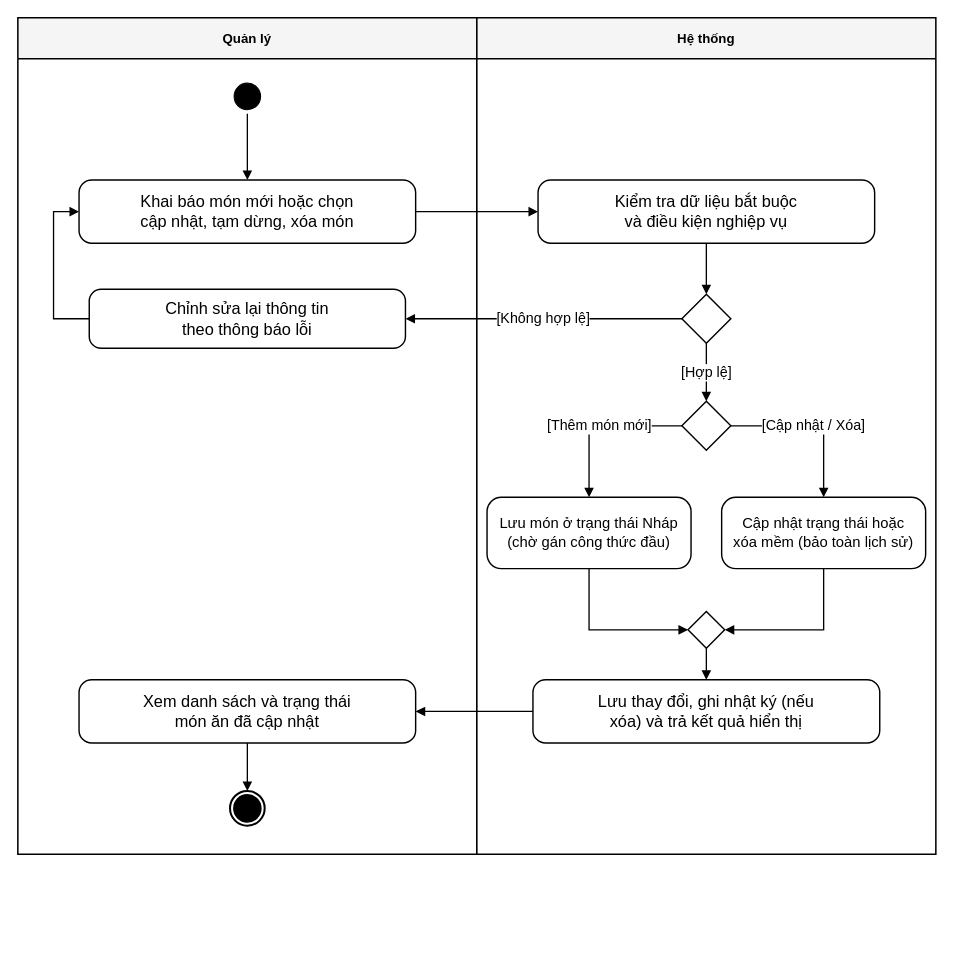
nminhzzz/restaurant-management-ai keeps this draw.io diagram as page "QT-01 — Quản lý món ăn" (1 of 23) of docs/So_do/Quy_trinh_nghiep_vu_HeThongQuanLyNhaHang.drawio. Above is the earlier version. Source tidied: cells renumbered, new cells numbered last; positions are measured from the earlier drawing's top-left corner, leaving out a move shared by most shapes. Both pictures are drawn from the tidied source at 102%, with x=0, y=0 at pixel (17, 17).
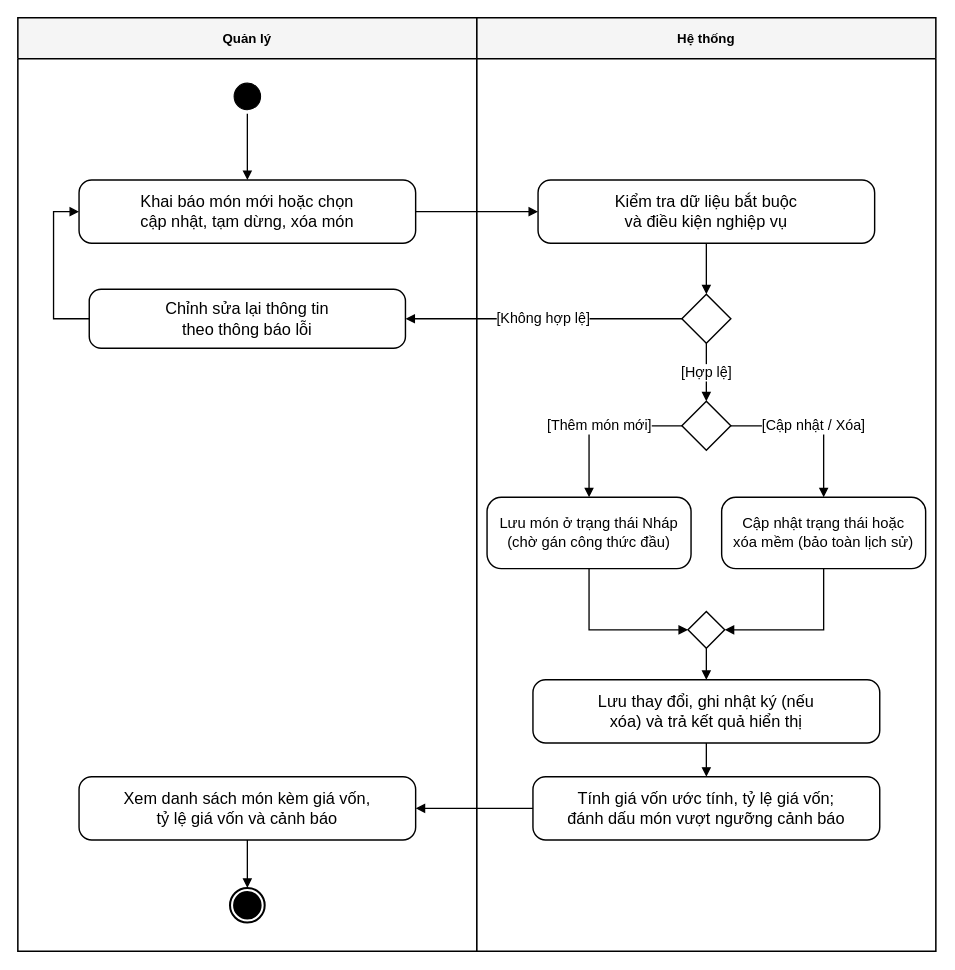
The same page after the edit.

The change refers to these unchanged cells:
```xml
<mxCell id="13" value="Lưu thay đổi, ghi nhật ký (nếu&#10;xóa) và trả kết quả hiển thị" style="rounded=1;whiteSpace=wrap;html=1;arcSize=20;fillColor=#ffffff;strokeColor=#000000;strokeWidth=1.4;fontSize=16;fontColor=#000000;spacing=6;" parent="1" vertex="1">
  <mxGeometry x="505" y="649" width="340" height="62" as="geometry" />
</mxCell>
```

Diff of the diagram source:
```diff
@@
     <mxCell id="2" value="Quản lý" style="swimlane;whiteSpace=wrap;html=1;startSize=40;fillColor=#f5f5f5;strokeColor=#000000;fontColor=#000000;fontStyle=1;fontSize=13;swimlaneFillColor=#ffffff;strokeWidth=1.5;rounded=0;arcSize=0;" parent="1" vertex="1">
-      <mxGeometry width="450" height="820" as="geometry" />
+      <mxGeometry width="450" height="915" as="geometry" />
     </mxCell>
     <mxCell id="3" value="Hệ thống" style="swimlane;whiteSpace=wrap;html=1;startSize=40;fillColor=#f5f5f5;strokeColor=#000000;fontColor=#000000;fontStyle=1;fontSize=13;swimlaneFillColor=#ffffff;strokeWidth=1.5;rounded=0;arcSize=0;" parent="1" vertex="1">
-      <mxGeometry x="450" width="450" height="820" as="geometry" />
+      <mxGeometry x="450" width="450" height="915" as="geometry" />
     </mxCell>
@@
+    <mxCell id="29" value="Tính giá vốn ước tính, tỷ lệ giá vốn;&#10;đánh dấu món vượt ngưỡng cảnh báo" style="rounded=1;whiteSpace=wrap;html=1;arcSize=20;fillColor=#ffffff;strokeColor=#000000;strokeWidth=1.4;fontSize=16;fontColor=#000000;spacing=6;" parent="1" vertex="1">
+      <mxGeometry x="505" y="744" width="340" height="62" as="geometry" />
+    </mxCell>
-    <mxCell id="14" value="Xem danh sách và trạng thái&#10;món ăn đã cập nhật" style="rounded=1;whiteSpace=wrap;html=1;arcSize=20;fillColor=#ffffff;strokeColor=#000000;strokeWidth=1.4;fontSize=16;fontColor=#000000;spacing=6;" parent="1" vertex="1">
-      <mxGeometry x="60" y="649" width="330" height="62" as="geometry" />
+    <mxCell id="14" value="Xem danh sách món kèm giá vốn,&#10;tỷ lệ giá vốn và cảnh báo" style="rounded=1;whiteSpace=wrap;html=1;arcSize=20;fillColor=#ffffff;strokeColor=#000000;strokeWidth=1.4;fontSize=16;fontColor=#000000;spacing=6;" parent="1" vertex="1">
+      <mxGeometry x="60" y="744" width="330" height="62" as="geometry" />
     </mxCell>
     <mxCell id="15" style="ellipse;html=1;shape=endState;fillColor=#000000;strokeColor=#000000;strokeWidth=2;" parent="1" vertex="1">
-      <mxGeometry x="208" y="758" width="34" height="34" as="geometry" />
+      <mxGeometry x="208" y="853" width="34" height="34" as="geometry" />
     </mxCell>
@@
-    <mxCell id="27" style="edgeStyle=orthogonalEdgeStyle;rounded=0;jettySize=auto;html=1;exitX=0.0;exitY=0.5;exitDx=0;exitDy=0;entryX=1.0;entryY=0.5;entryDx=0;entryDy=0;strokeColor=#000000;strokeWidth=1.3;endArrow=block;endFill=1;fontSize=14;fontStyle=0;fontColor=#000000;labelBackgroundColor=#ffffff;" parent="1" edge="1" source="13" target="14">
+    <mxCell id="27" style="edgeStyle=orthogonalEdgeStyle;rounded=0;jettySize=auto;html=1;exitX=0.5;exitY=1.0;exitDx=0;exitDy=0;entryX=0.5;entryY=0.0;entryDx=0;entryDy=0;strokeColor=#000000;strokeWidth=1.3;endArrow=block;endFill=1;fontSize=14;fontStyle=0;fontColor=#000000;labelBackgroundColor=#ffffff;" parent="1" edge="1" source="13" target="29">
       <mxGeometry relative="1" as="geometry" />
     </mxCell>
@@
+    <mxCell id="30" style="edgeStyle=orthogonalEdgeStyle;rounded=0;jettySize=auto;html=1;exitX=0.0;exitY=0.5;exitDx=0;exitDy=0;entryX=1.0;entryY=0.5;entryDx=0;entryDy=0;strokeColor=#000000;strokeWidth=1.3;endArrow=block;endFill=1;fontSize=14;fontStyle=0;fontColor=#000000;labelBackgroundColor=#ffffff;" parent="1" edge="1" source="29" target="14">
+      <mxGeometry relative="1" as="geometry" />
+    </mxCell>
```
